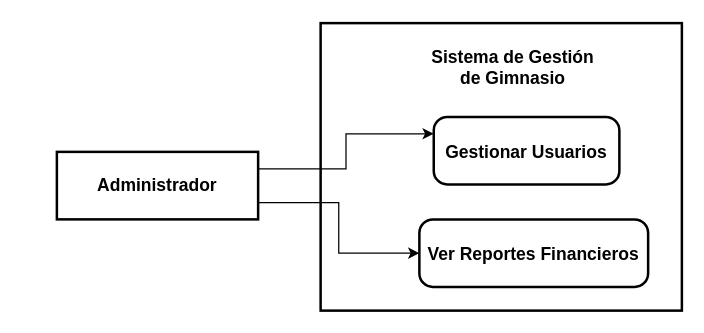
Earlier version of the draw.io diagram CASO1.drawio (RogerNegrete/sistemas-distribuidos). Source tidied: cells renumbered, new cells numbered last; positions are measured from the earlier drawing's top-left corner, leaving out a move shared by most shapes. Both pictures are drawn from the tidied source at 125%, with x=0, y=0 at pixel (56, 22).
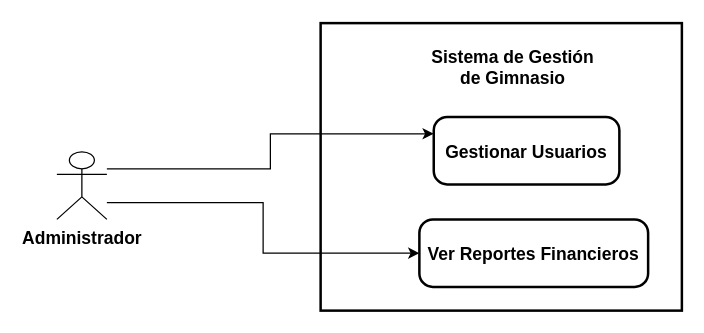
Above is the later version.

The edit, as a diff of the source:
```diff
@@
 <mxGraphModel>
   <root>
     <mxCell id="0" />
     <mxCell id="1" parent="0" />
     <mxCell id="2" style="whiteSpace=wrap;strokeWidth=2;" parent="1" vertex="1">
       <mxGeometry x="211" width="289" height="230" as="geometry" />
     </mxCell>
     <mxCell id="3" style="edgeStyle=orthogonalEdgeStyle;rounded=0;jettySize=auto;html=1;exitX=1;exitY=0.75;exitDx=0;exitDy=0;entryX=0;entryY=0.5;entryDx=0;entryDy=0;" parent="1" edge="1" source="5" target="8">
       <mxGeometry relative="1" as="geometry" />
     </mxCell>
     <mxCell id="4" style="edgeStyle=orthogonalEdgeStyle;rounded=0;jettySize=auto;html=1;exitX=1;exitY=0.25;exitDx=0;exitDy=0;entryX=0;entryY=0.25;entryDx=0;entryDy=0;" parent="1" edge="1" source="5" target="6">
       <mxGeometry relative="1" as="geometry" />
     </mxCell>
-    <mxCell id="5" value="Administrador" style="whiteSpace=wrap;strokeWidth=2;fontSize=14;fontStyle=1;" parent="1" vertex="1">
-      <mxGeometry y="103" width="161" height="54" as="geometry" />
+    <mxCell id="5" value="&lt;font style=&quot;font-size: 14px;&quot;&gt;&lt;b&gt;Administrador&lt;/b&gt;&lt;/font&gt;" style="shape=umlActor;verticalLabelPosition=bottom;verticalAlign=top;html=1;outlineConnect=0;" parent="1" vertex="1">
+      <mxGeometry y="103" width="40" height="54" as="geometry" />
     </mxCell>
     <mxCell id="6" value="Gestionar Usuarios" style="rounded=1;arcSize=20;strokeWidth=2;fontSize=14;fontStyle=1;" parent="1" vertex="1">
       <mxGeometry x="301.5" y="75" width="148.5" height="54" as="geometry" />
     </mxCell>
     <mxCell id="7" value="&lt;font style=&quot;font-size: 14px;&quot;&gt;&lt;b&gt;Sistema de Gestión de Gimnasio&lt;/b&gt;&lt;/font&gt;" style="text;html=1;align=center;verticalAlign=middle;whiteSpace=wrap;rounded=0;" parent="1" vertex="1">
       <mxGeometry x="290" y="10" width="150" height="50" as="geometry" />
     </mxCell>
     <mxCell id="8" value="Ver Reportes Financieros" style="rounded=1;arcSize=20;strokeWidth=2;fontSize=14;fontStyle=1;" parent="1" vertex="1">
       <mxGeometry x="290" y="157" width="183" height="54" as="geometry" />
     </mxCell>
   </root>
 </mxGraphModel>
```
